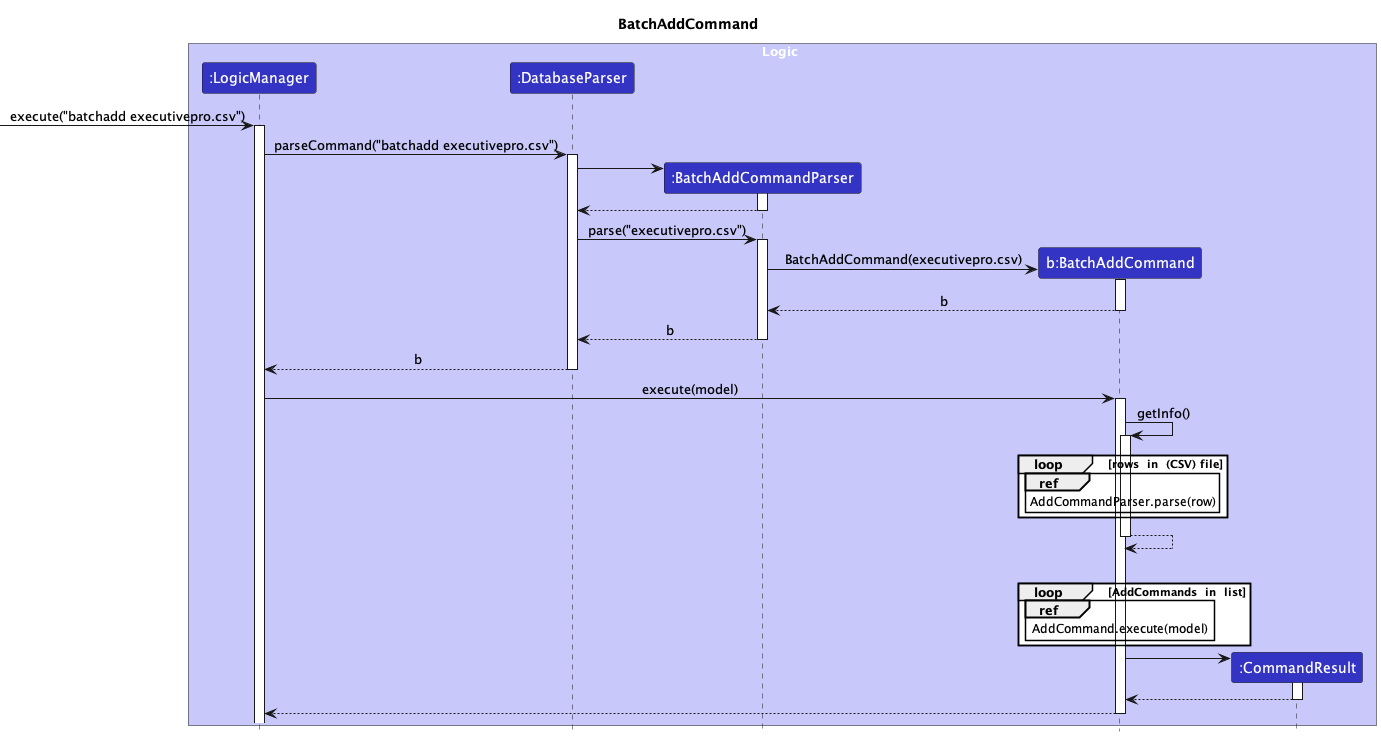
Earlier version of the PlantUML export docs/images/BatchAddSequenceDiagram.png (nus-cs2103-AY2223S2/tp).
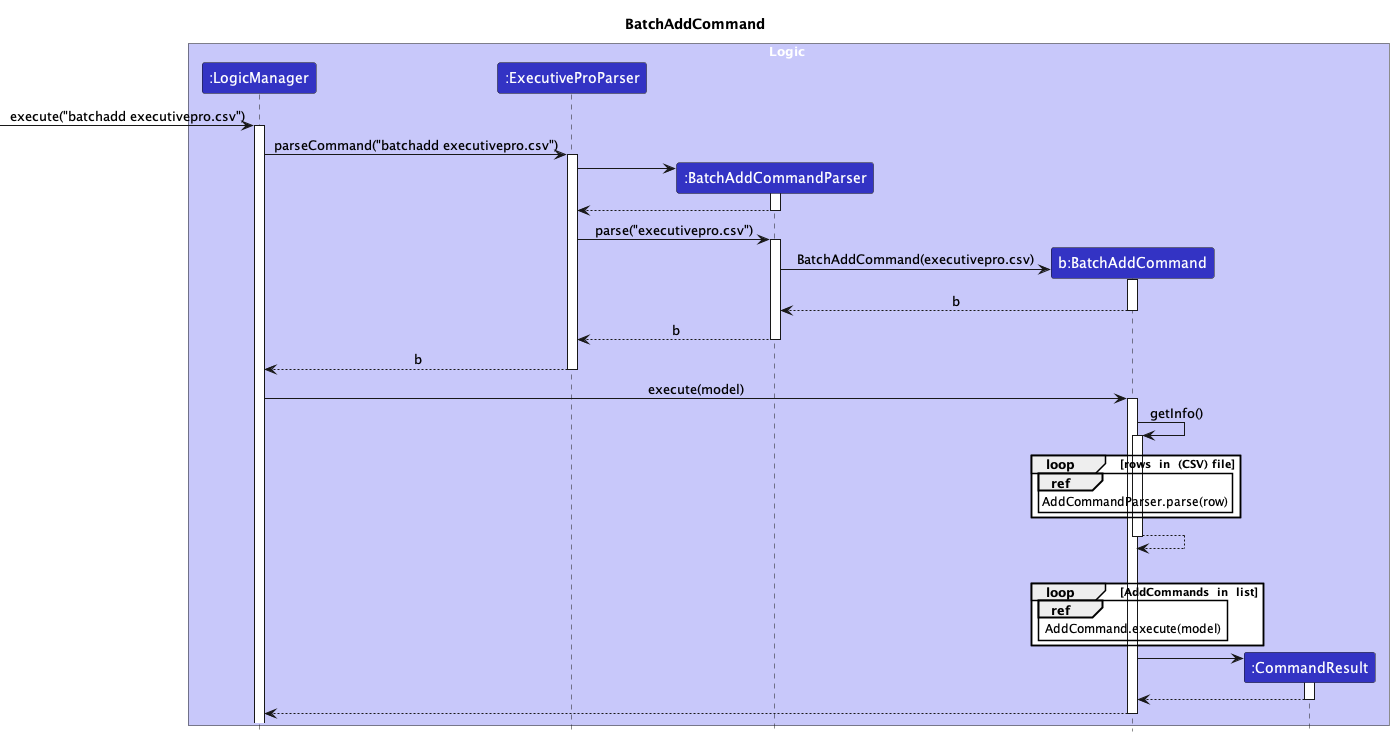
Above is the later version.

Change to the diagram source:
```diff
@@ -5,7 +5,7 @@
 
 box Logic LOGIC_COLOR_T1
 participant ":LogicManager" as LogicManager LOGIC_COLOR
-participant ":DatabaseParser" as DatabaseParser LOGIC_COLOR
+participant ":ExecutiveProParser" as ExecutiveProParser LOGIC_COLOR
 participant ":BatchAddCommandParser" as BatchAddCommandParser LOGIC_COLOR
 participant "b:BatchAddCommand" as BatchAddCommand LOGIC_COLOR
 participant ":CommandResult" as CommandResult LOGIC_COLOR
@@ -14,17 +14,17 @@
 [-> LogicManager: execute("batchadd executivepro.csv")
 activate LogicManager
 
-LogicManager -> DatabaseParser : parseCommand("batchadd executivepro.csv")
-activate DatabaseParser
+LogicManager -> ExecutiveProParser: parseCommand("batchadd executivepro.csv")
+activate ExecutiveProParser
 
 create BatchAddCommandParser
-DatabaseParser->BatchAddCommandParser
+ExecutiveProParser->BatchAddCommandParser
 activate BatchAddCommandParser
 
-BatchAddCommandParser --> DatabaseParser
+BatchAddCommandParser --> ExecutiveProParser
 deactivate BatchAddCommandParser
 
-DatabaseParser -> BatchAddCommandParser : parse("executivepro.csv")
+ExecutiveProParser -> BatchAddCommandParser : parse("executivepro.csv")
 activate BatchAddCommandParser
 
 create BatchAddCommand
@@ -35,11 +35,11 @@
 BatchAddCommand --> BatchAddCommandParser : b
 deactivate BatchAddCommand
 
-BatchAddCommandParser --> DatabaseParser : b
+BatchAddCommandParser --> ExecutiveProParser : b
 deactivate BatchAddCommandParser
 
-DatabaseParser --> LogicManager : b
-deactivate DatabaseParser
+ExecutiveProParser --> LogicManager : b
+deactivate ExecutiveProParser
 
 LogicManager -> BatchAddCommand : execute(model)
 activate BatchAddCommand
```
